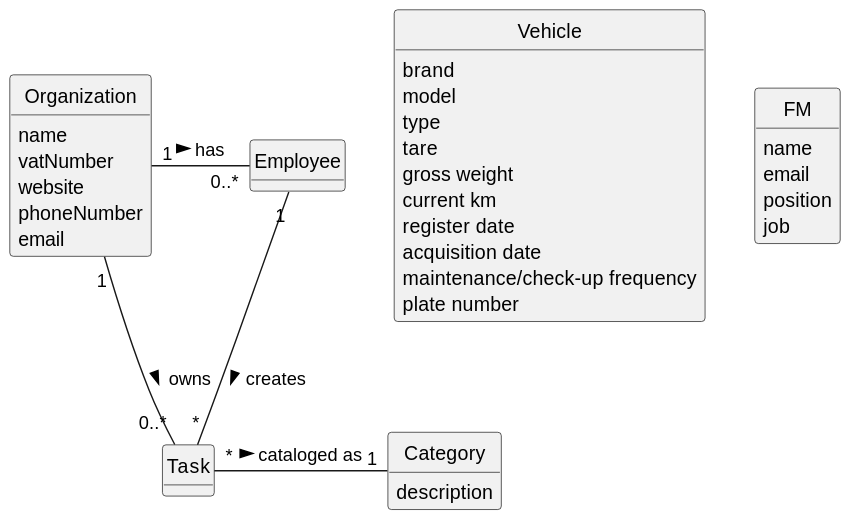
The PlantUML diagram docs/sprintA/us006/02.analysis/svg/us006-domain-model.svg in daniel41silva05/ISEP_2023_2024_LAPR2, before a commit.
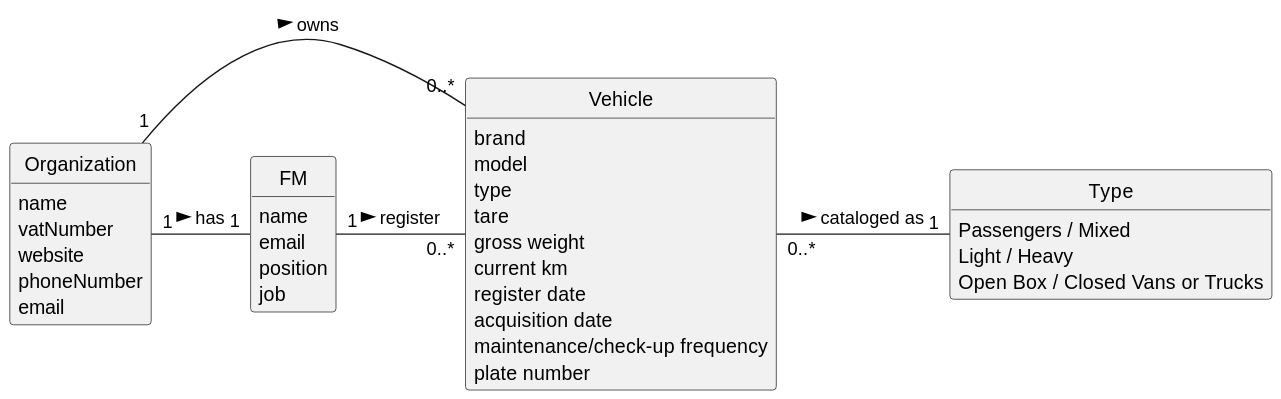
The same file after the commit.

The edit, as a diff of the source:
```diff
@@ -8,8 +8,6 @@
 
 hide circle
 hide methods
-
-
 
 class Organization {
     name
@@ -32,10 +30,6 @@
     plate number
 }
 
-class Category {
-    description
-}
-
 class FM {
     name
     email
@@ -43,9 +37,14 @@
     job
 }
 
+class Type {
+    Passengers / Mixed
+    Light / Heavy
+    Open Box / Closed Vans or Trucks
+}
 
-Organization "1" - "0..*" Employee : has >
-Organization "1" - "0..*" Task: owns >
-Employee "1" -- "*" Task : creates >
-Task "*" - "1" Category: cataloged as >
+Organization "1" - "1" FM : has >
+Organization "1" - "0..*" Vehicle : owns >
+FM "1" - "0..*" Vehicle : register >
+Vehicle "0..*" - "1" Type : cataloged as >
 @enduml
```
